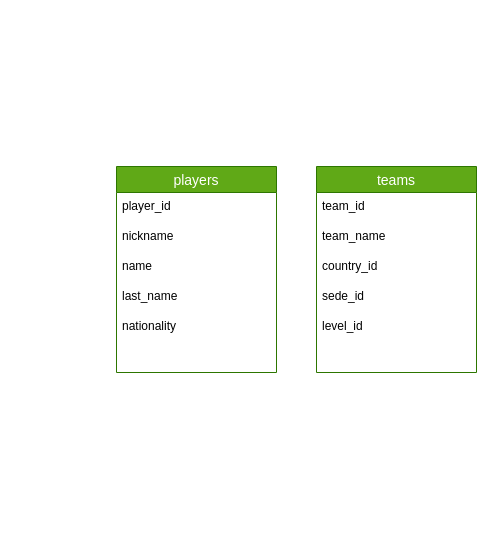
r3card0/soccer.stats keeps this draw.io diagram as soccer_model.drawio. Above is the earlier version. Source tidied: cells renumbered, new cells numbered last; positions are measured from the earlier drawing's top-left corner, leaving out a move shared by most shapes. Both pictures are drawn from the tidied source at 100%, with x=0, y=0 at pixel (116, 166).
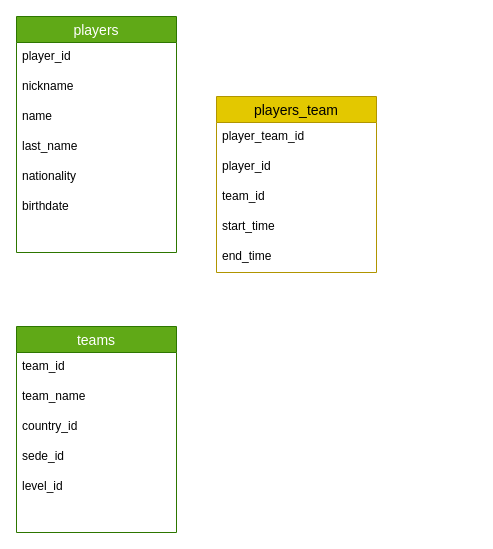
After the change.

Commit message:
added birthdate column on players table

Diff of the diagram source:
```diff
@@
     <mxCell id="2" value="players" style="swimlane;fontStyle=0;horizontal=1;startSize=26;align=center;fontSize=14;fillColor=#60a917;fontColor=#ffffff;strokeColor=#2D7600;" parent="1" vertex="1">
-      <mxGeometry width="160" height="206" as="geometry" />
+      <mxGeometry x="-100" y="-150" width="160" height="236" as="geometry" />
     </mxCell>
@@
+    <mxCell id="16" value="birthdate" style="text;strokeColor=none;fillColor=none;spacingLeft=4;spacingRight=4;overflow=hidden;fontSize=12;" parent="2" vertex="1">
+      <mxGeometry y="176" width="160" height="30" as="geometry" />
+    </mxCell>
     <mxCell id="8" style="text;strokeColor=none;fillColor=none;spacingLeft=4;spacingRight=4;overflow=hidden;fontSize=12;" parent="2" vertex="1">
-      <mxGeometry y="176" width="160" height="30" as="geometry" />
+      <mxGeometry y="206" width="160" height="30" as="geometry" />
     </mxCell>
     <mxCell id="9" value="teams" style="swimlane;fontStyle=0;horizontal=1;startSize=26;align=center;fontSize=14;fillColor=#60a917;fontColor=#ffffff;strokeColor=#2D7600;" parent="1" vertex="1">
-      <mxGeometry x="200" width="160" height="206" as="geometry" />
+      <mxGeometry x="-100" y="160" width="160" height="206" as="geometry" />
     </mxCell>
@@
+    <mxCell id="17" value="players_team" style="swimlane;fontStyle=0;horizontal=1;startSize=26;align=center;fontSize=14;fillColor=#e3c800;fontColor=#000000;strokeColor=#B09500;" parent="1" vertex="1">
+      <mxGeometry x="100" y="-70" width="160" height="176" as="geometry" />
+    </mxCell>
+    <mxCell id="18" value="player_team_id" style="text;strokeColor=none;fillColor=none;spacingLeft=4;spacingRight=4;overflow=hidden;fontSize=12;" parent="17" vertex="1">
+      <mxGeometry y="26" width="160" height="30" as="geometry" />
+    </mxCell>
+    <mxCell id="19" value="player_id" style="text;strokeColor=none;fillColor=none;spacingLeft=4;spacingRight=4;overflow=hidden;fontSize=12;" parent="17" vertex="1">
+      <mxGeometry y="56" width="160" height="30" as="geometry" />
+    </mxCell>
+    <mxCell id="20" value="team_id" style="text;strokeColor=none;fillColor=none;spacingLeft=4;spacingRight=4;overflow=hidden;fontSize=12;" parent="17" vertex="1">
+      <mxGeometry y="86" width="160" height="30" as="geometry" />
+    </mxCell>
+    <mxCell id="21" value="start_time" style="text;strokeColor=none;fillColor=none;spacingLeft=4;spacingRight=4;overflow=hidden;fontSize=12;" parent="17" vertex="1">
+      <mxGeometry y="116" width="160" height="30" as="geometry" />
+    </mxCell>
+    <mxCell id="22" value="end_time" style="text;strokeColor=none;fillColor=none;spacingLeft=4;spacingRight=4;overflow=hidden;fontSize=12;" parent="17" vertex="1">
+      <mxGeometry y="146" width="160" height="30" as="geometry" />
+    </mxCell>
```
